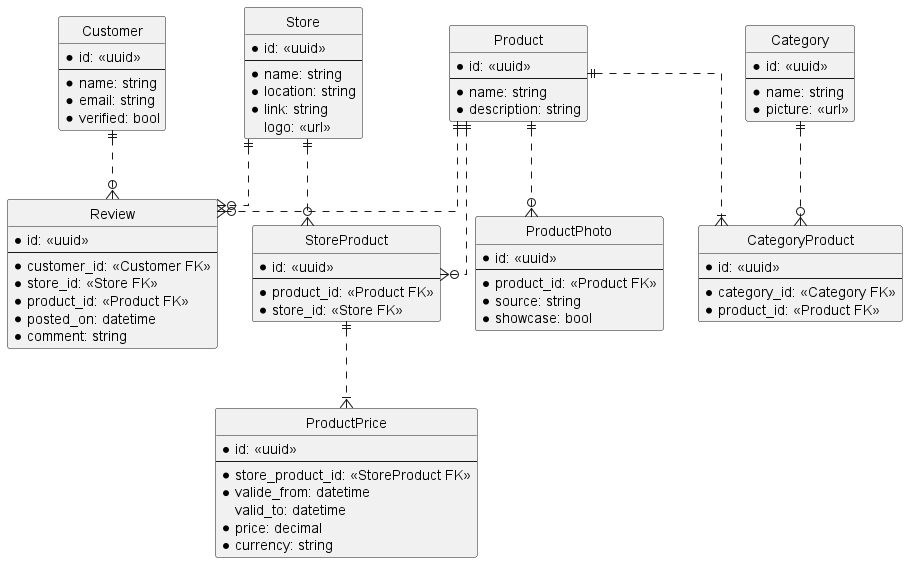
Earlier version of the PlantUML export iteration-01/diagrams/heureka.png (urbapetr/pb138-iterations-2023). Its diagram source:
```plantuml
@startuml heureka-diagram

hide circle

skinparam Linetype ortho

entity Product {
    *id: <<uuid>>
    ---
    *name: string
    *description: string
}

entity ProductPrice {
    *id: <<uuid>>
    ---
    *store_product_id: <<StoreProduct FK>>
    *valide_from: datetime
    valid_to: datetime
    *price: decimal
    *currency: string
}

entity ProductPhoto {
    *id: <<uuid>>
    ---
    *product_id: <<Product FK>>
    *source: string
    *showcase: bool
}

entity Store {
    *id: <<uuid>>
    ---
    *name: string
    *location: string
    *link: string
    logo: <<url>>
}

entity StoreProduct {
    *id: <<uuid>>
    ---
    *product_id: <<Product FK>>
    *store_id: <<Store FK>>
}

entity Category {
    *id: <<uuid>>
    ---
    *name: string
    *picture: <<url>>
}

entity CategoryProduct {
    *id: <<uuid>>
    ---
    *category_id: <<Category FK>>
    *product_id: <<Product FK>>
}

entity Customer {
    *id: <<uuid>>
    ---
    *name: string
    *email: string
    *verified: bool
}

entity Review {
    *id: <<uuid>>
    ---
    *customer_id: <<Customer FK>>
    *store_id: <<Store FK>>
    *product_id: <<Product FK>>
    *posted_on: datetime
    *comment: string
}

Category ||..o{ CategoryProduct
Product ||..|{ CategoryProduct
Product ||..o{ ProductPhoto
Product ||..o{ StoreProduct
Store ||..o{ StoreProduct
StoreProduct ||..|{ ProductPrice
Product ||..o{ Review
Customer ||..o{ Review
Store ||..o{ Review

@enduml
```
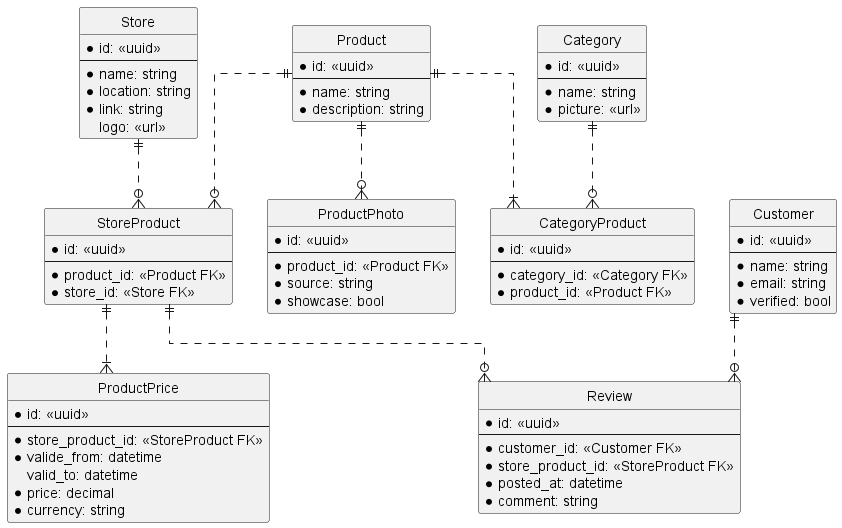
The same file after the commit.

Commit message:
feat: XML Schema done, according to that changed few things in diagram

Diff of the diagram source:
```diff
@@ -71,9 +71,8 @@
     *id: <<uuid>>
     ---
     *customer_id: <<Customer FK>>
-    *store_id: <<Store FK>>
-    *product_id: <<Product FK>>
-    *posted_on: datetime
+    *store_product_id: <<StoreProduct FK>>
+    *posted_at: datetime
     *comment: string
 }
 
@@ -83,8 +82,7 @@
 Product ||..o{ StoreProduct
 Store ||..o{ StoreProduct
 StoreProduct ||..|{ ProductPrice
-Product ||..o{ Review
 Customer ||..o{ Review
-Store ||..o{ Review
+StoreProduct ||..o{ Review
 
 @enduml
```
